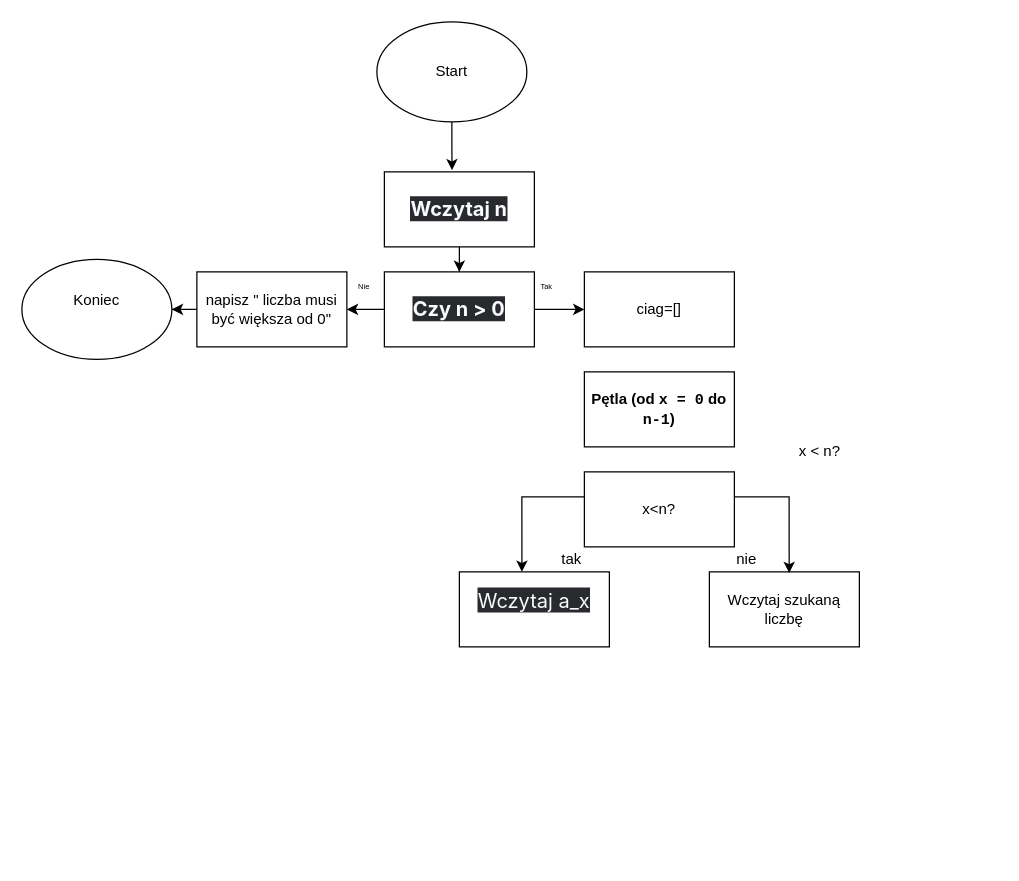
Above: 3-Schemat Blokowy.drawio in DartanNet/SchematyBlokowe (draw.io), before the change. Source tidied: cells renumbered, new cells numbered last; positions are measured from the earlier drawing's top-left corner, leaving out a move shared by most shapes. Both pictures are drawn from the tidied source at 125%, with x=0, y=0 at pixel (21, 21).
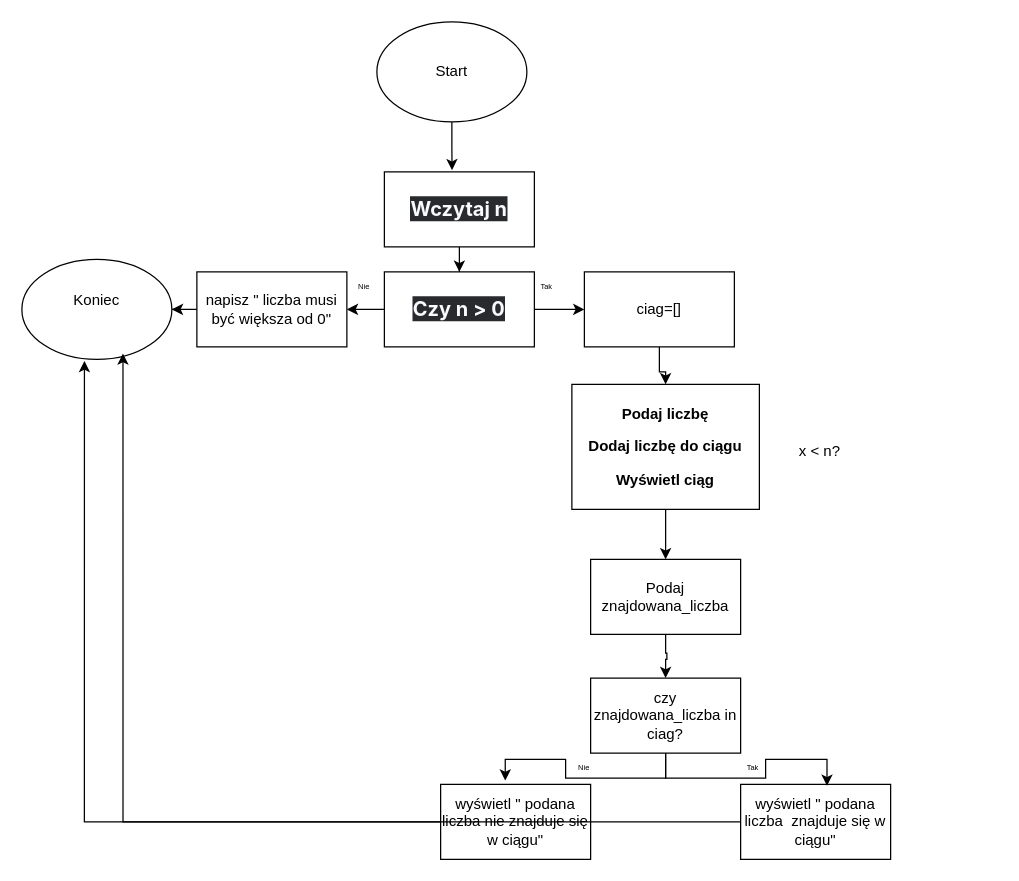
Above is the later version.

The change refers to these unchanged cells:
```xml
<mxCell id="13" value="Koniec&lt;div&gt;&lt;br&gt;&lt;/div&gt;" style="ellipse;whiteSpace=wrap;html=1;" parent="1" vertex="1">
  <mxGeometry y="190" width="120" height="80" as="geometry" />
</mxCell>
<mxCell id="15" value="ciag=[]" style="rounded=0;whiteSpace=wrap;html=1;" parent="1" vertex="1">
  <mxGeometry x="450" y="200" width="120" height="60" as="geometry" />
</mxCell>
```

Diff of the diagram source:
```diff
@@
+    <mxCell id="25" style="edgeStyle=orthogonalEdgeStyle;rounded=0;jettySize=auto;html=1;entryX=0.5;entryY=0;entryDx=0;entryDy=0;" parent="1" edge="1" source="15" target="16">
+      <mxGeometry relative="1" as="geometry" />
+    </mxCell>
@@
+    <mxCell id="26" style="edgeStyle=orthogonalEdgeStyle;rounded=0;jettySize=auto;html=1;entryX=0.5;entryY=0;entryDx=0;entryDy=0;" parent="1" edge="1" source="16" target="29">
+      <mxGeometry relative="1" as="geometry" />
+    </mxCell>
-    <mxCell id="16" value="&lt;p data-pm-slice=&quot;1 1 [&amp;quot;ordered_list&amp;quot;,{&amp;quot;spread&amp;quot;:false,&amp;quot;startingNumber&amp;quot;:1,&amp;quot;start&amp;quot;:40,&amp;quot;end&amp;quot;:608},&amp;quot;regular_list_item&amp;quot;,{&amp;quot;start&amp;quot;:258,&amp;quot;end&amp;quot;:364}]&quot;&gt;&lt;strong&gt;Pętla (od &lt;/strong&gt;&lt;code&gt;&lt;strong&gt;x = 0&lt;/strong&gt;&lt;/code&gt;&lt;strong&gt; do &lt;/strong&gt;&lt;code&gt;&lt;strong&gt;n-1&lt;/strong&gt;&lt;/code&gt;&lt;strong&gt;)&lt;/strong&gt;&lt;/p&gt;" style="rounded=0;whiteSpace=wrap;html=1;" parent="1" vertex="1">
-      <mxGeometry x="450" y="280" width="120" height="60" as="geometry" />
+    <mxCell id="16" value="&lt;p data-pm-slice=&quot;1 1 [&amp;quot;ordered_list&amp;quot;,{&amp;quot;spread&amp;quot;:false,&amp;quot;startingNumber&amp;quot;:1,&amp;quot;start&amp;quot;:40,&amp;quot;end&amp;quot;:608},&amp;quot;regular_list_item&amp;quot;,{&amp;quot;start&amp;quot;:258,&amp;quot;end&amp;quot;:364}]&quot;&gt;&lt;b&gt;&lt;br&gt;&lt;/b&gt;&lt;/p&gt;&lt;p data-pm-slice=&quot;1 1 [&amp;quot;ordered_list&amp;quot;,{&amp;quot;spread&amp;quot;:false,&amp;quot;startingNumber&amp;quot;:1,&amp;quot;start&amp;quot;:40,&amp;quot;end&amp;quot;:608},&amp;quot;regular_list_item&amp;quot;,{&amp;quot;start&amp;quot;:258,&amp;quot;end&amp;quot;:364}]&quot;&gt;&lt;b&gt;Podaj liczbę&lt;/b&gt;&lt;/p&gt;&lt;p data-pm-slice=&quot;1 1 [&amp;quot;ordered_list&amp;quot;,{&amp;quot;spread&amp;quot;:false,&amp;quot;startingNumber&amp;quot;:1,&amp;quot;start&amp;quot;:40,&amp;quot;end&amp;quot;:608},&amp;quot;regular_list_item&amp;quot;,{&amp;quot;start&amp;quot;:258,&amp;quot;end&amp;quot;:364}]&quot;&gt;&lt;b&gt;Dodaj liczbę do ciągu&lt;/b&gt;&lt;/p&gt;&lt;p data-pm-slice=&quot;1 1 [&amp;quot;ordered_list&amp;quot;,{&amp;quot;spread&amp;quot;:false,&amp;quot;startingNumber&amp;quot;:1,&amp;quot;start&amp;quot;:40,&amp;quot;end&amp;quot;:608},&amp;quot;regular_list_item&amp;quot;,{&amp;quot;start&amp;quot;:258,&amp;quot;end&amp;quot;:364}]&quot;&gt;&lt;b&gt;Wyświetl ciąg&lt;/b&gt;&lt;/p&gt;&lt;p data-pm-slice=&quot;1 1 [&amp;quot;ordered_list&amp;quot;,{&amp;quot;spread&amp;quot;:false,&amp;quot;startingNumber&amp;quot;:1,&amp;quot;start&amp;quot;:40,&amp;quot;end&amp;quot;:608},&amp;quot;regular_list_item&amp;quot;,{&amp;quot;start&amp;quot;:258,&amp;quot;end&amp;quot;:364}]&quot;&gt;&lt;b&gt;&lt;br&gt;&lt;/b&gt;&lt;/p&gt;" style="rounded=0;whiteSpace=wrap;html=1;" parent="1" vertex="1">
+      <mxGeometry x="440" y="290" width="150" height="100" as="geometry" />
     </mxCell>
-    <mxCell id="17" value="&lt;div style=&quot;text-align: left;&quot;&gt;x&amp;lt;n?&lt;/div&gt;" style="rounded=0;whiteSpace=wrap;html=1;" parent="1" vertex="1">
-      <mxGeometry x="450" y="360" width="120" height="60" as="geometry" />
-    </mxCell>
-    <mxCell id="18" value="&#10;&lt;span style=&quot;color: rgb(248, 250, 255); font-family: Inter, system-ui, -apple-system, BlinkMacSystemFont, &amp;quot;Segoe UI&amp;quot;, Roboto, &amp;quot;Noto Sans&amp;quot;, Ubuntu, Cantarell, &amp;quot;Helvetica Neue&amp;quot;, Oxygen, &amp;quot;Open Sans&amp;quot;, sans-serif; font-size: 16.002px; font-style: normal; font-variant-ligatures: normal; font-variant-caps: normal; font-weight: 400; letter-spacing: normal; orphans: 2; text-align: left; text-indent: 0px; text-transform: none; widows: 2; word-spacing: 0px; -webkit-text-stroke-width: 0px; white-space: normal; background-color: rgb(41, 42, 45); text-decoration-thickness: initial; text-decoration-style: initial; text-decoration-color: initial; display: inline !important; float: none;&quot;&gt;Wczytaj a_x&lt;/span&gt;&#10;&#10;" style="rounded=0;whiteSpace=wrap;html=1;" parent="1" vertex="1">
-      <mxGeometry x="350" y="440" width="120" height="60" as="geometry" />
-    </mxCell>
-    <mxCell id="19" value="&lt;span style=&quot;text-align: left;&quot;&gt;Wczytaj szukaną liczbę&lt;/span&gt;" style="rounded=0;whiteSpace=wrap;html=1;" parent="1" vertex="1">
-      <mxGeometry x="550" y="440" width="120" height="60" as="geometry" />
-    </mxCell>
-    <mxCell id="20" value="tak" style="text;html=1;align=center;verticalAlign=middle;whiteSpace=wrap;rounded=0;" parent="1" vertex="1">
-      <mxGeometry x="430" y="420" width="20" height="20" as="geometry" />
-    </mxCell>
-    <mxCell id="21" value="nie" style="text;html=1;align=center;verticalAlign=middle;whiteSpace=wrap;rounded=0;" parent="1" vertex="1">
-      <mxGeometry x="570" y="420" width="20" height="20" as="geometry" />
-    </mxCell>
-    <mxCell id="22" style="edgeStyle=orthogonalEdgeStyle;rounded=0;jettySize=auto;html=1;entryX=0.417;entryY=0;entryDx=0;entryDy=0;entryPerimeter=0;" parent="1" edge="1" source="17" target="18">
-      <mxGeometry relative="1" as="geometry">
-        <Array as="points">
-          <mxPoint x="400" y="380" />
-        </Array>
-      </mxGeometry>
-    </mxCell>
-    <mxCell id="23" style="edgeStyle=orthogonalEdgeStyle;rounded=0;jettySize=auto;html=1;entryX=0.532;entryY=0.014;entryDx=0;entryDy=0;entryPerimeter=0;" parent="1" edge="1" source="17" target="19">
-      <mxGeometry relative="1" as="geometry">
-        <Array as="points">
-          <mxPoint x="614" y="380" />
-        </Array>
-      </mxGeometry>
-    </mxCell>
@@
+    <mxCell id="27" style="edgeStyle=orthogonalEdgeStyle;rounded=0;orthogonalLoop=1;jettySize=auto;html=1;exitX=0.5;exitY=1;exitDx=0;exitDy=0;" parent="1" edge="1" source="16" target="16">
+      <mxGeometry relative="1" as="geometry" />
+    </mxCell>
+    <mxCell id="28" style="edgeStyle=orthogonalEdgeStyle;rounded=0;jettySize=auto;html=1;entryX=0.5;entryY=0;entryDx=0;entryDy=0;" parent="1" edge="1" source="29" target="30">
+      <mxGeometry relative="1" as="geometry">
+        <Array as="points">
+          <mxPoint x="515" y="505" />
+          <mxPoint x="516" y="505" />
+          <mxPoint x="516" y="510" />
+          <mxPoint x="515" y="510" />
+        </Array>
+      </mxGeometry>
+    </mxCell>
+    <mxCell id="29" value="Podaj znajdowana_liczba" style="rounded=0;whiteSpace=wrap;html=1;" parent="1" vertex="1">
+      <mxGeometry x="455" y="430" width="120" height="60" as="geometry" />
+    </mxCell>
+    <mxCell id="30" value="czy znajdowana_liczba in ciag?" style="rounded=0;whiteSpace=wrap;html=1;" parent="1" vertex="1">
+      <mxGeometry x="455" y="525" width="120" height="60" as="geometry" />
+    </mxCell>
+    <mxCell id="31" value="wyświetl &quot; podana liczba nie znajduje się w ciągu&quot;" style="rounded=0;whiteSpace=wrap;html=1;" parent="1" vertex="1">
+      <mxGeometry x="335" y="610" width="120" height="60" as="geometry" />
+    </mxCell>
+    <mxCell id="32" value="wyświetl &quot; podana liczba&amp;nbsp; znajduje się w ciągu&quot;" style="rounded=0;whiteSpace=wrap;html=1;" parent="1" vertex="1">
+      <mxGeometry x="575" y="610" width="120" height="60" as="geometry" />
+    </mxCell>
+    <mxCell id="33" style="edgeStyle=orthogonalEdgeStyle;rounded=0;jettySize=auto;html=1;entryX=0.431;entryY=-0.05;entryDx=0;entryDy=0;entryPerimeter=0;" parent="1" edge="1" source="30" target="31">
+      <mxGeometry relative="1" as="geometry" />
+    </mxCell>
+    <mxCell id="34" style="edgeStyle=orthogonalEdgeStyle;rounded=0;jettySize=auto;html=1;entryX=0.576;entryY=0.019;entryDx=0;entryDy=0;entryPerimeter=0;" parent="1" edge="1" source="30" target="32">
+      <mxGeometry relative="1" as="geometry" />
+    </mxCell>
+    <mxCell id="35" value="&lt;span style=&quot;font-size: 6px;&quot;&gt;Tak&lt;/span&gt;" style="text;html=1;align=center;verticalAlign=middle;whiteSpace=wrap;rounded=0;" parent="1" vertex="1">
+      <mxGeometry x="575" y="585" width="20" height="20" as="geometry" />
+    </mxCell>
+    <mxCell id="36" value="&lt;font style=&quot;font-size: 6px;&quot;&gt;Nie&lt;/font&gt;" style="text;html=1;align=center;verticalAlign=middle;whiteSpace=wrap;rounded=0;" parent="1" vertex="1">
+      <mxGeometry x="440" y="585" width="20" height="20" as="geometry" />
+    </mxCell>
+    <mxCell id="37" style="edgeStyle=orthogonalEdgeStyle;rounded=0;jettySize=auto;html=1;entryX=0.417;entryY=1.015;entryDx=0;entryDy=0;entryPerimeter=0;" parent="1" edge="1" source="31" target="13">
+      <mxGeometry relative="1" as="geometry" />
+    </mxCell>
+    <mxCell id="38" style="edgeStyle=orthogonalEdgeStyle;rounded=0;jettySize=auto;html=1;entryX=0.674;entryY=0.942;entryDx=0;entryDy=0;entryPerimeter=0;" parent="1" edge="1" source="32" target="13">
+      <mxGeometry relative="1" as="geometry" />
+    </mxCell>
```
